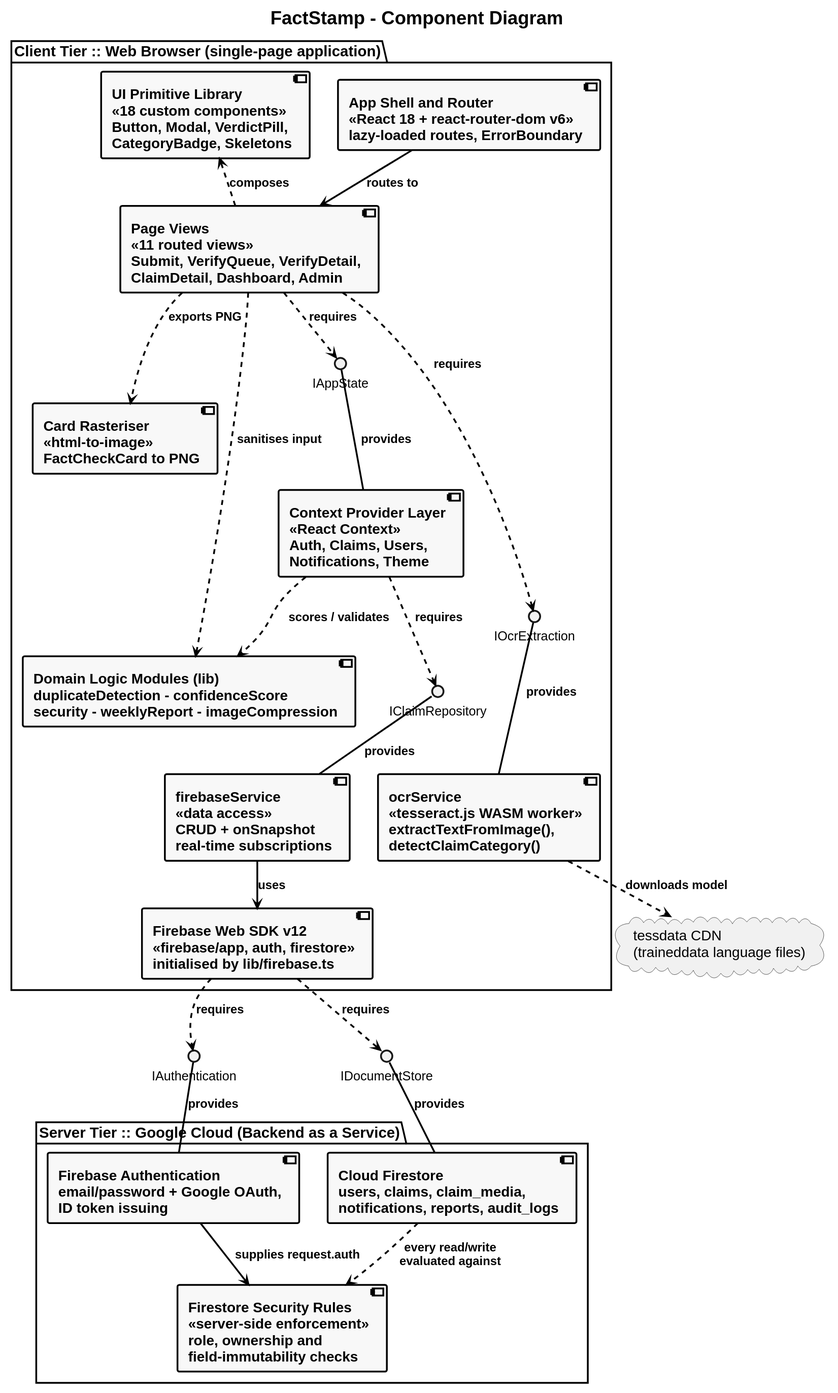
Before: FactStamp/main_blackbook/03_Requirements_and_Analysis/attachments/component_diagram.svg, a diagram exported from PlantUML (aadish0day/typst). Source of this version:
```plantuml
@startuml
skinparam style strictuml
skinparam monochrome true
skinparam defaultFontName "Liberation Sans"
skinparam defaultFontSize 20
skinparam defaultFontStyle bold
skinparam titleFontSize 26
skinparam titleFontStyle bold

skinparam backgroundColor white
skinparam ArrowColor black
skinparam ArrowThickness 2.5
skinparam ArrowFontSize 17
skinparam ArrowFontStyle bold

skinparam RectangleBorderColor black
skinparam RectangleBorderThickness 2.5
skinparam RectangleBackgroundColor transparent
skinparam RectangleFontSize 20
skinparam RectangleFontStyle bold

skinparam ComponentBorderColor black
skinparam ComponentBorderThickness 2.5
skinparam ComponentBackgroundColor #F8F9FA
skinparam ComponentFontSize 20
skinparam ComponentFontStyle bold

title FactStamp - Component Diagram

skinparam InterfaceBorderThickness 2.5
skinparam InterfaceFontSize 18
skinparam PackageFontSize 21
skinparam PackageBorderThickness 2.5
skinparam Ranksep 45
skinparam Nodesep 40

package "Client Tier :: Web Browser (single-page application)" as CLIENT {

  component "App Shell and Router\n<<React 18 + react-router-dom v6>>\nlazy-loaded routes, ErrorBoundary" as SHELL

  component "Page Views\n<<11 routed views>>\nSubmit, VerifyQueue, VerifyDetail,\nClaimDetail, Dashboard, Admin" as VIEWS
  component "UI Primitive Library\n<<18 custom components>>\nButton, Modal, VerdictPill,\nCategoryBadge, Skeletons" as UIKIT

  interface "IAppState" as I_STATE
  component "Context Provider Layer\n<<React Context>>\nAuth, Claims, Users,\nNotifications, Theme" as CTX

  interface "IOcrExtraction" as I_OCR
  interface "IClaimRepository" as I_REPO

  component "ocrService\n<<tesseract.js WASM worker>>\nextractTextFromImage(),\ndetectClaimCategory()" as OCR
  component "firebaseService\n<<data access>>\nCRUD + onSnapshot\nreal-time subscriptions" as FSVC

  component "Domain Logic Modules (lib)\nduplicateDetection - confidenceScore\nsecurity - weeklyReport - imageCompression" as DOMAIN

  component "Card Rasteriser\n<<html-to-image>>\nFactCheckCard to PNG" as CARD

  component "Firebase Web SDK v12\n<<firebase/app, auth, firestore>>\ninitialised by lib/firebase.ts" as SDK
}

interface "IAuthentication" as I_AUTH
interface "IDocumentStore" as I_DB

package "Server Tier :: Google Cloud (Backend as a Service)" as CLOUD {
  component "Firebase Authentication\nemail/password + Google OAuth,\nID token issuing" as FBAUTH
  component "Cloud Firestore\nusers, claims, claim_media,\nnotifications, reports, audit_logs" as FSTORE
  component "Firestore Security Rules\n<<server-side enforcement>>\nrole, ownership and\nfield-immutability checks" as RULES
}

cloud "tessdata CDN\n(traineddata language files)" as CDN

SHELL --> VIEWS : routes to
VIEWS ..> UIKIT : composes
VIEWS ..> I_STATE : requires
I_STATE -- CTX : provides
VIEWS ..> I_OCR : requires
VIEWS ..> CARD : exports PNG
CTX ..> I_REPO : requires
CTX ..> DOMAIN : scores / validates
VIEWS ..> DOMAIN : sanitises input
I_OCR -- OCR : provides
I_REPO -- FSVC : provides
OCR ..> CDN : downloads model
FSVC --> SDK : uses
SDK ..> I_AUTH : requires
SDK ..> I_DB : requires
I_AUTH -- FBAUTH : provides
I_DB -- FSTORE : provides
FSTORE ..> RULES : every read/write\nevaluated against
FBAUTH --> RULES : supplies request.auth

DOMAIN -[hidden]down- SDK
OCR -[hidden]down- SDK
UIKIT -[hidden]right- VIEWS
OCR -[hidden]right- FSVC
CARD -[hidden]right- DOMAIN
@enduml
```
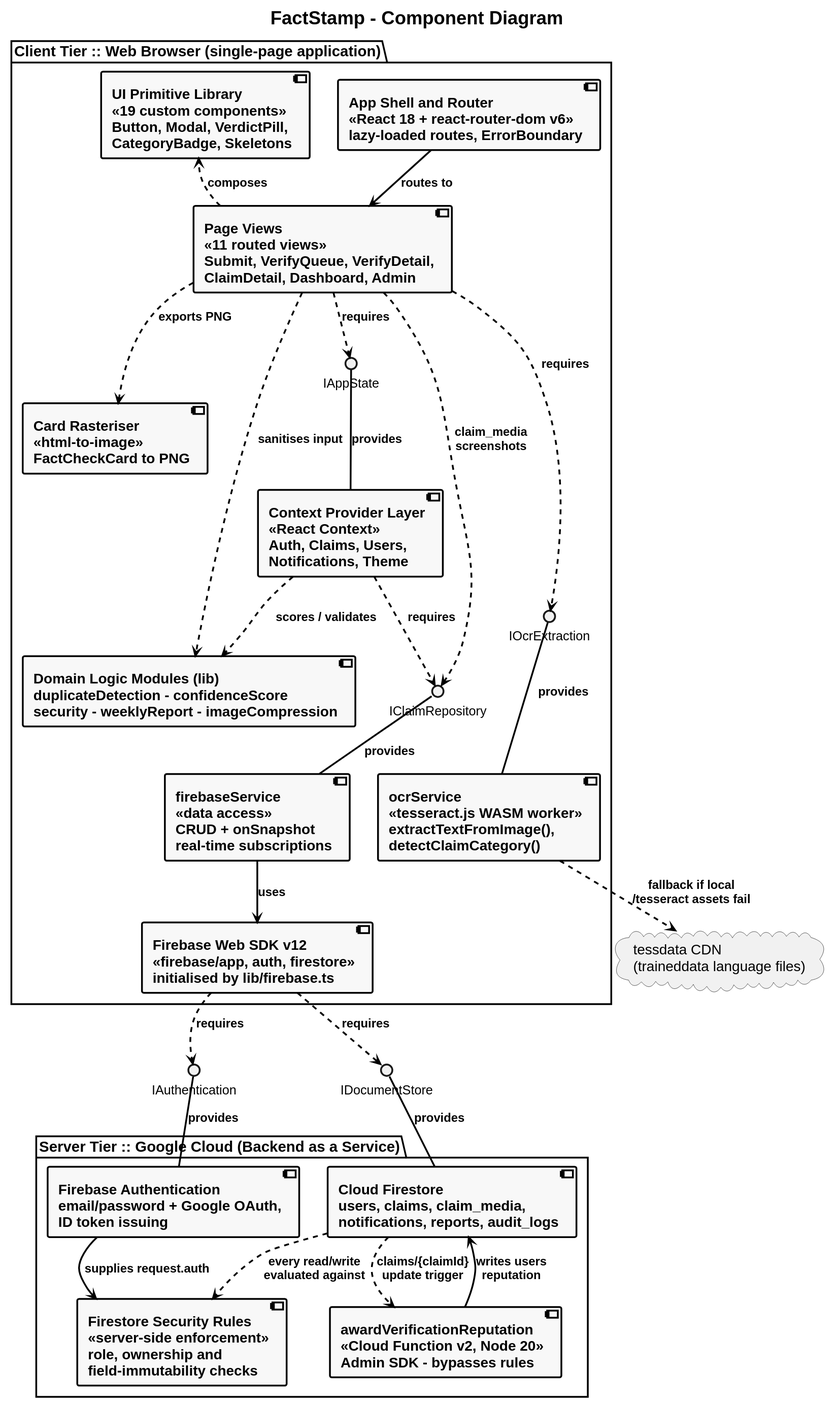
Later version of the same file.

Diff of the diagram source:
```diff
@@ -39,7 +39,7 @@
   component "App Shell and Router\n<<React 18 + react-router-dom v6>>\nlazy-loaded routes, ErrorBoundary" as SHELL
 
   component "Page Views\n<<11 routed views>>\nSubmit, VerifyQueue, VerifyDetail,\nClaimDetail, Dashboard, Admin" as VIEWS
-  component "UI Primitive Library\n<<18 custom components>>\nButton, Modal, VerdictPill,\nCategoryBadge, Skeletons" as UIKIT
+  component "UI Primitive Library\n<<19 custom components>>\nButton, Modal, VerdictPill,\nCategoryBadge, Skeletons" as UIKIT
 
   interface "IAppState" as I_STATE
   component "Context Provider Layer\n<<React Context>>\nAuth, Claims, Users,\nNotifications, Theme" as CTX
@@ -64,6 +64,7 @@
   component "Firebase Authentication\nemail/password + Google OAuth,\nID token issuing" as FBAUTH
   component "Cloud Firestore\nusers, claims, claim_media,\nnotifications, reports, audit_logs" as FSTORE
   component "Firestore Security Rules\n<<server-side enforcement>>\nrole, ownership and\nfield-immutability checks" as RULES
+  component "awardVerificationReputation\n<<Cloud Function v2, Node 20>>\nAdmin SDK - bypasses rules" as FN
 }
 
 cloud "tessdata CDN\n(traineddata language files)" as CDN
@@ -79,7 +80,7 @@
 VIEWS ..> DOMAIN : sanitises input
 I_OCR -- OCR : provides
 I_REPO -- FSVC : provides
-OCR ..> CDN : downloads model
+OCR ..> CDN : fallback if local\n/tesseract assets fail
 FSVC --> SDK : uses
 SDK ..> I_AUTH : requires
 SDK ..> I_DB : requires
@@ -87,6 +88,9 @@
 I_DB -- FSTORE : provides
 FSTORE ..> RULES : every read/write\nevaluated against
 FBAUTH --> RULES : supplies request.auth
+VIEWS ..> I_REPO : claim_media\nscreenshots
+FSTORE ..> FN : claims/{claimId}\nupdate trigger
+FN --> FSTORE : writes users\nreputation
 
 DOMAIN -[hidden]down- SDK
 OCR -[hidden]down- SDK
```
